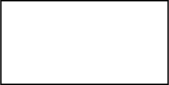
This is Untitled Diagram.svg from ystolyarov/Test1, a draw.io export, as it was before one commit. Source tidied: cells renumbered, new cells last; positions are measured from the earlier drawing's top-left corner, leaving out a move shared by most shapes. The source it was exported from:
```xml
<mxGraphModel>
  <root>
    <mxCell id="0" />
    <mxCell id="1" parent="0" />
    <mxCell id="2" style="rounded=0;whiteSpace=wrap;html=1;" parent="1" vertex="1">
      <mxGeometry width="120" height="60" as="geometry" />
    </mxCell>
  </root>
</mxGraphModel>
```
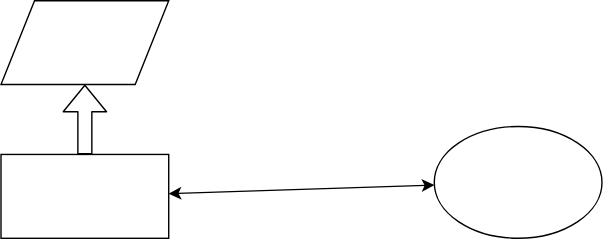
The same diagram one commit later.

Diff of the diagram source:
```diff
@@ -5,5 +5,17 @@
     <mxCell id="2" style="rounded=0;whiteSpace=wrap;html=1;" parent="1" vertex="1">
       <mxGeometry width="120" height="60" as="geometry" />
     </mxCell>
+    <mxCell id="3" style="ellipse;whiteSpace=wrap;html=1;" parent="1" vertex="1">
+      <mxGeometry x="310" y="-20" width="120" height="80" as="geometry" />
+    </mxCell>
+    <mxCell id="4" style="endArrow=classic;startArrow=classic;html=1;" parent="1" edge="1" source="2" target="3">
+      <mxGeometry relative="1" as="geometry" />
+    </mxCell>
+    <mxCell id="5" style="shape=parallelogram;perimeter=parallelogramPerimeter;whiteSpace=wrap;html=1;" parent="1" vertex="1">
+      <mxGeometry y="-110" width="120" height="60" as="geometry" />
+    </mxCell>
+    <mxCell id="6" style="shape=flexArrow;endArrow=classic;html=1;" parent="1" edge="1" source="2" target="5">
+      <mxGeometry relative="1" as="geometry" />
+    </mxCell>
   </root>
 </mxGraphModel>
```
